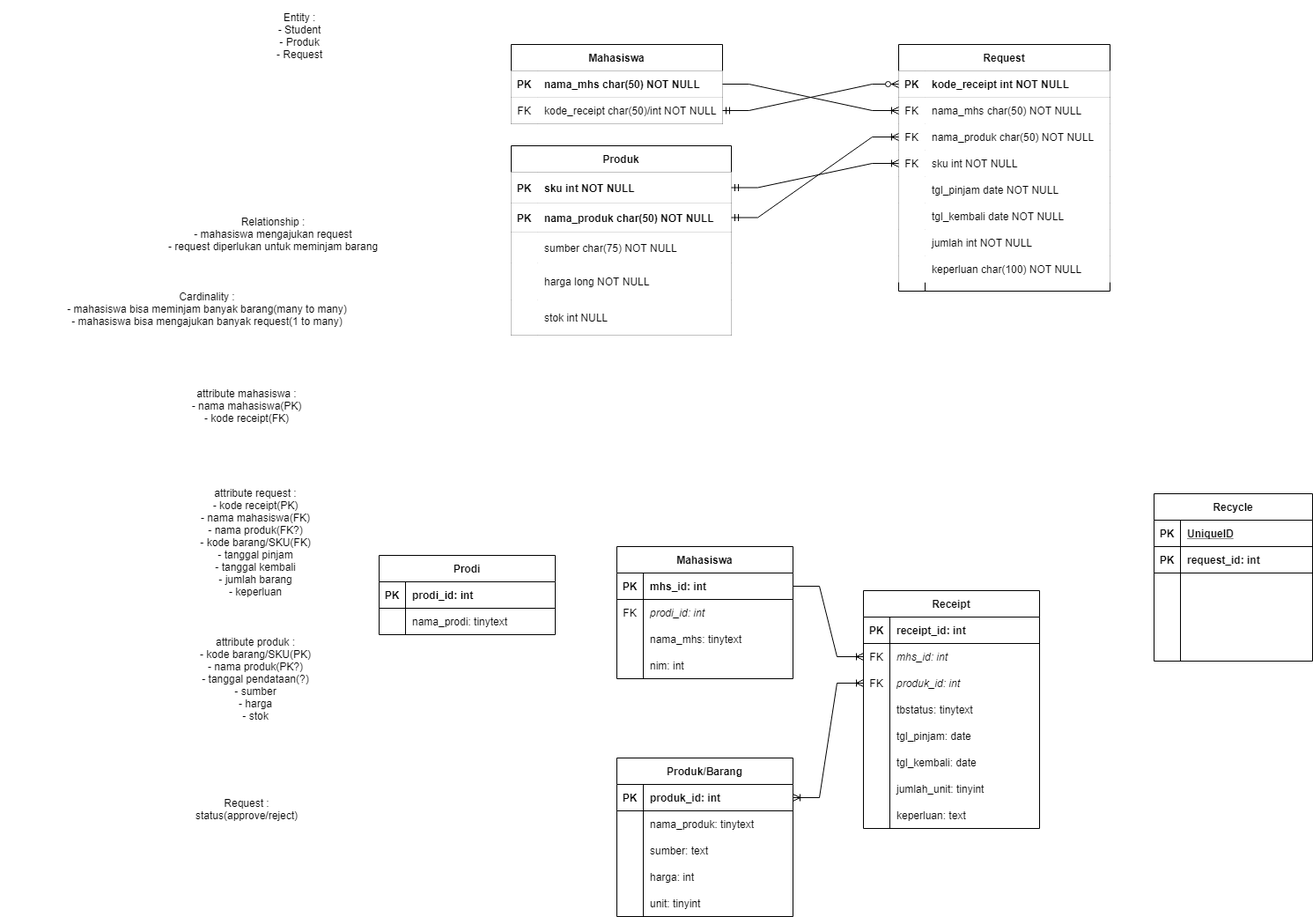
Before: diagrams/ER diagram.drawio.png, a diagram exported from draw.io (johannfac/aplikasipeminjamanaset). Source tidied: cells renumbered, new cells last; positions are measured from the earlier drawing's top-left corner, leaving out a move shared by most shapes.
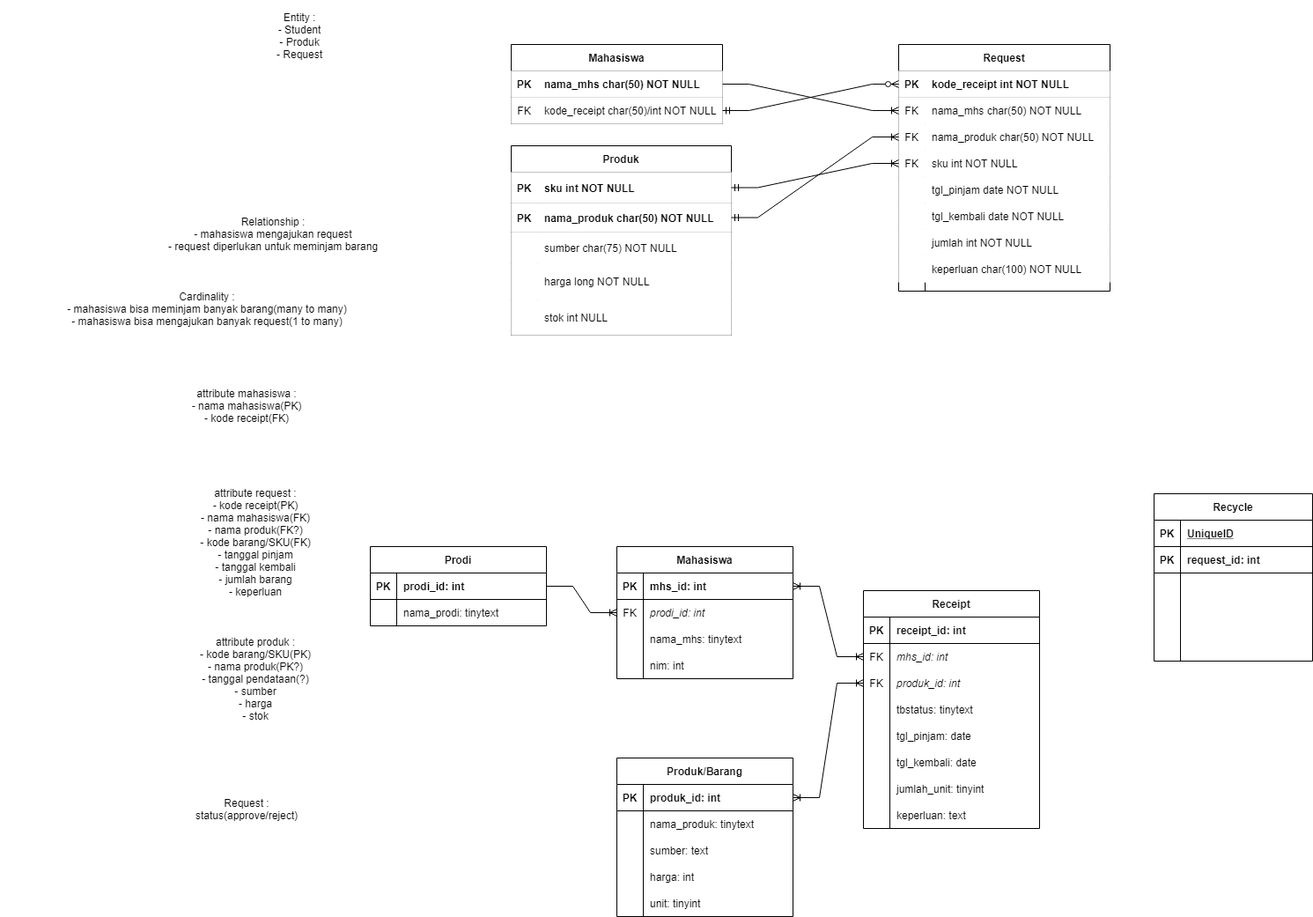
Later version of the same file.

Diff of the diagram source:
```diff
@@ -386,9 +386,6 @@
     <mxCell id="129" style="shape=partialRectangle;fillColor=none;top=0;left=0;bottom=0;right=0;align=left;spacingLeft=6;overflow=hidden;fontColor=default;strokeColor=default;" parent="127" vertex="1">
       <mxGeometry x="30" width="150" height="30" as="geometry" />
     </mxCell>
-    <mxCell id="130" style="edgeStyle=entityRelationEdgeStyle;fontSize=12;html=1;endArrow=ERoneToMany;rounded=0;labelBackgroundColor=default;fontColor=default;strokeColor=default;fillColor=default;exitX=1;exitY=0.5;exitDx=0;exitDy=0;entryX=0;entryY=0.5;entryDx=0;entryDy=0;" parent="1" edge="1" source="61" target="93">
-      <mxGeometry relative="1" as="geometry" />
-    </mxCell>
     <mxCell id="131" value="Request :&lt;br&gt;&lt;div&gt;status(approve/reject)&lt;/div&gt;" style="text;html=1;strokeColor=none;fillColor=none;align=center;verticalAlign=middle;whiteSpace=wrap;rounded=0;fontColor=default;" parent="1" vertex="1">
       <mxGeometry x="210" y="860" width="140" height="115" as="geometry" />
     </mxCell>
@@ -396,7 +393,7 @@
       <mxGeometry relative="1" as="geometry" />
     </mxCell>
     <mxCell id="133" value="Prodi" style="shape=table;startSize=30;rowLines=0;fontStyle=1;align=center;fontColor=default;strokeColor=default;fillColor=none;" parent="1" vertex="1">
-      <mxGeometry x="430" y="630" width="200" height="90" as="geometry" />
+      <mxGeometry x="420" y="620" width="200" height="90" as="geometry" />
     </mxCell>
     <mxCell id="134" style="shape=partialRectangle;fillColor=none;top=0;left=0;bottom=1;right=0;points=[[0,0.5],[1,0.5]];portConstraint=eastwest;fontColor=default;strokeColor=default;" parent="133" vertex="1">
       <mxGeometry y="30" width="200" height="30" as="geometry" />
@@ -416,5 +413,11 @@
     <mxCell id="139" value="nama_prodi: tinytext" style="shape=partialRectangle;fillColor=none;top=0;left=0;bottom=0;right=0;align=left;spacingLeft=6;overflow=hidden;fontColor=default;strokeColor=default;" parent="137" vertex="1">
       <mxGeometry x="30" width="170" height="30" as="geometry" />
     </mxCell>
+    <mxCell id="140" style="edgeStyle=entityRelationEdgeStyle;fontSize=12;html=1;endArrow=ERoneToMany;rounded=0;labelBackgroundColor=default;fontColor=default;strokeColor=default;fillColor=default;exitX=1;exitY=0.5;exitDx=0;exitDy=0;entryX=0;entryY=0.5;entryDx=0;entryDy=0;" parent="1" edge="1" source="134" target="64">
+      <mxGeometry relative="1" as="geometry" />
+    </mxCell>
+    <mxCell id="141" style="edgeStyle=entityRelationEdgeStyle;fontSize=12;html=1;endArrow=ERoneToMany;startArrow=ERoneToMany;rounded=0;labelBackgroundColor=default;fontColor=default;strokeColor=default;fillColor=default;exitX=0;exitY=0.5;exitDx=0;exitDy=0;entryX=1;entryY=0.5;entryDx=0;entryDy=0;" parent="1" edge="1" source="93" target="61">
+      <mxGeometry relative="1" as="geometry" />
+    </mxCell>
   </root>
 </mxGraphModel>
```
